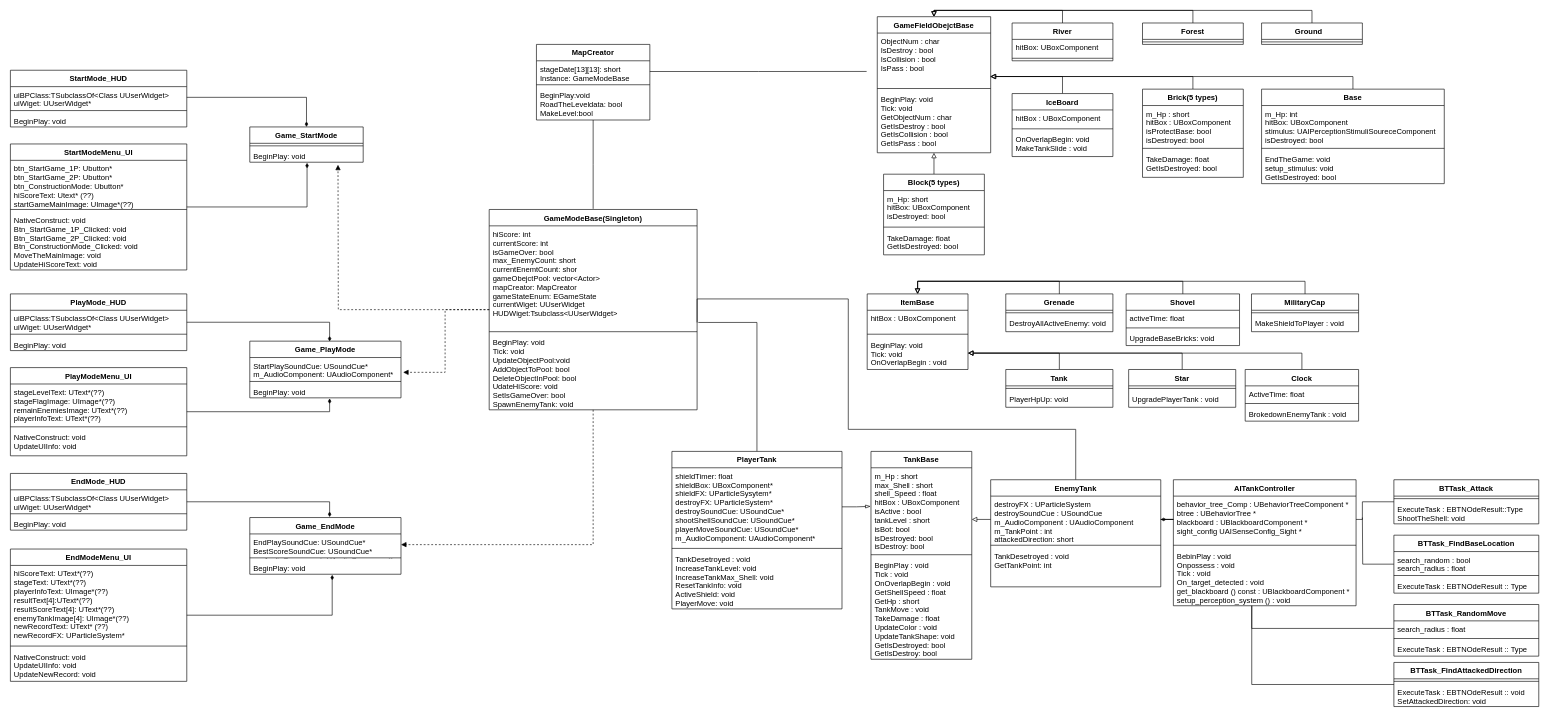
zzaxowns/Study_LIST_IN_Vacation keeps this draw.io diagram as Untitled Diagram.drawio. Above is the earlier version. Source tidied: cells renumbered, new cells numbered last; positions are measured from the earlier drawing's top-left corner, leaving out a move shared by most shapes. Both pictures are drawn from the tidied source at 63%, with x=0, y=0 at pixel (10, 16).
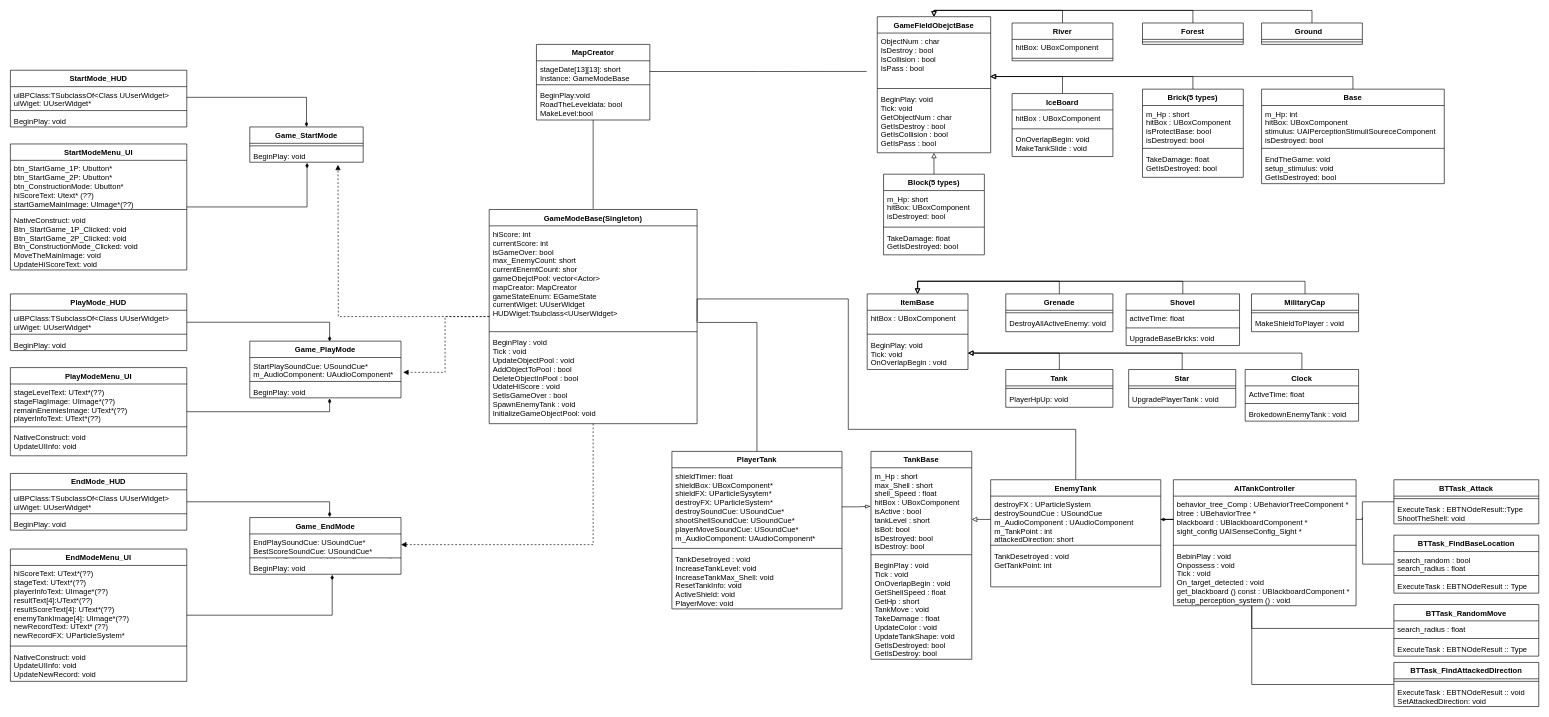
The same page after the edit.

Diff of the diagram source:
```diff
@@
     <mxCell id="107" value="GameModeBase(Singleton)" style="swimlane;fontStyle=1;align=center;verticalAlign=top;horizontal=1;startSize=26;" parent="1" vertex="1">
-      <mxGeometry x="760" y="306" width="330" height="318" as="geometry" />
+      <mxGeometry x="760" y="306" width="330" height="340" as="geometry" />
     </mxCell>
@@
-    <mxCell id="110" value="BeginPlay: void&#10;Tick: void&#10;UpdateObjectPool:void&#10;AddObjectToPool: bool&#10;DeleteObjectInPool: bool&#10;UdateHiScore: void&#10;SetIsGameOver: bool&#10;SpawnEnemyTank: void" style="text;strokeColor=none;fillColor=none;align=left;verticalAlign=top;spacingLeft=4;spacingRight=4;overflow=hidden;" parent="107" vertex="1">
-      <mxGeometry y="198" width="330" height="120" as="geometry" />
+    <mxCell id="110" value="BeginPlay : void &#10;Tick : void &#10;UpdateObjectPool : void &#10;AddObjectToPool : bool &#10;DeleteObjectInPool : bool &#10;UdateHiScore : void &#10;SetIsGameOver : bool &#10;SpawnEnemyTank : void&#10;InitializeGameObjectPool: void&#10;&#10;&#10;" style="text;strokeColor=none;fillColor=none;align=left;verticalAlign=top;spacingLeft=4;spacingRight=4;overflow=hidden;" parent="107" vertex="1">
+      <mxGeometry y="198" width="330" height="142" as="geometry" />
     </mxCell>
```
